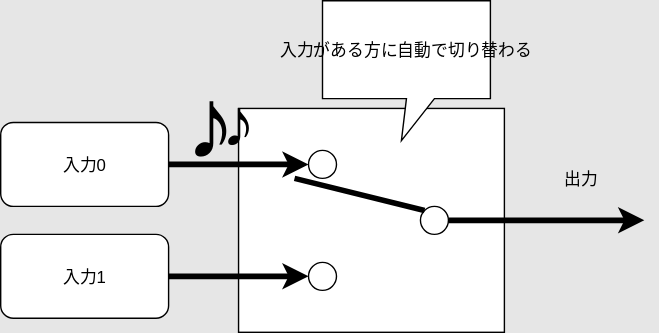
ruimo/audioswitcher keeps this draw.io diagram as docs/img/motivation.drawio.svg. Above is the earlier version. Source tidied: cells renumbered, new cells last; positions are measured from the earlier drawing's top-left corner, leaving out a move shared by most shapes.
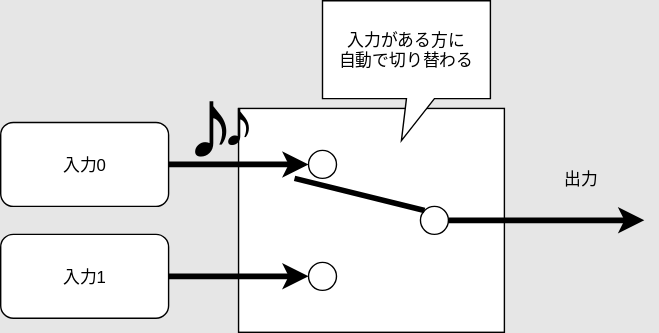
The same diagram one commit later.

Commit message:
word wrap.

The edit, as a diff of the source:
```diff
@@ -36,7 +36,7 @@
         <mxPoint x="460" y="157" as="targetPoint" />
       </mxGeometry>
     </mxCell>
-    <mxCell id="12" value="入力がある方に自動で切り替わる" style="shape=callout;html=1;perimeter=calloutPerimeter;position2=0.47;" parent="1" vertex="1">
+    <mxCell id="12" value="入力がある方に&lt;br&gt;自動で切り替わる" style="shape=callout;html=1;perimeter=calloutPerimeter;position2=0.47;" parent="1" vertex="1">
       <mxGeometry x="230" width="120" height="100" as="geometry" />
     </mxCell>
     <mxCell id="13" value="&lt;font style=&quot;font-size: 72px&quot;&gt;♪&lt;/font&gt;" style="text;html=1;strokeColor=none;fillColor=none;align=center;verticalAlign=middle;whiteSpace=wrap;rounded=0;" parent="1" vertex="1">
```
